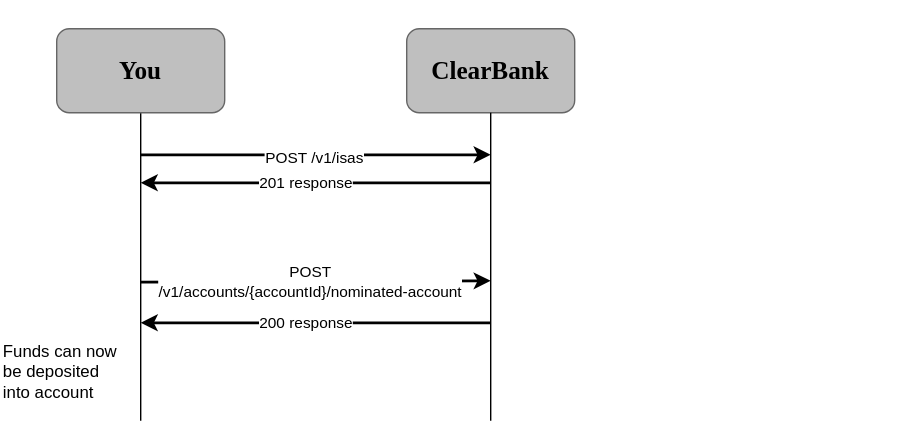
Before: static/assets/images/cash-isa-open.svg, a diagram exported from draw.io (clearbank/clearbank.github.io). Source tidied: cells renumbered, new cells last; positions are measured from the earlier drawing's top-left corner, leaving out a move shared by most shapes.
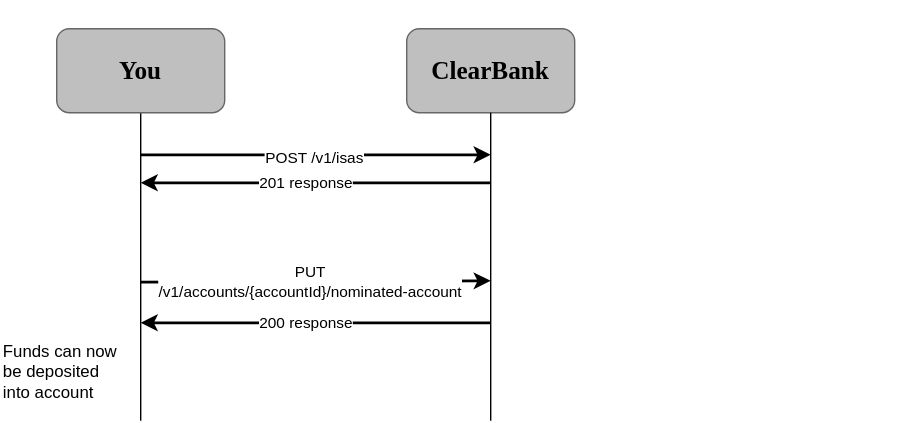
The same file after the commit.

Diff of the diagram source:
```diff
@@ -49,7 +49,7 @@
         <mxPoint x="350" y="200" as="targetPoint" />
       </mxGeometry>
     </mxCell>
-    <mxCell id="11" value="POST &lt;br&gt;/v1/accounts/{accountId}/nominated-account" style="edgeLabel;html=1;align=center;verticalAlign=middle;" parent="10" vertex="1">
+    <mxCell id="11" value="PUT&lt;br&gt;/v1/accounts/{accountId}/nominated-account" style="edgeLabel;html=1;align=center;verticalAlign=middle;" parent="10" vertex="1">
       <mxGeometry x="0.09" y="-1" relative="1" as="geometry">
         <mxPoint x="-16" y="-1" as="offset" />
       </mxGeometry>
```
